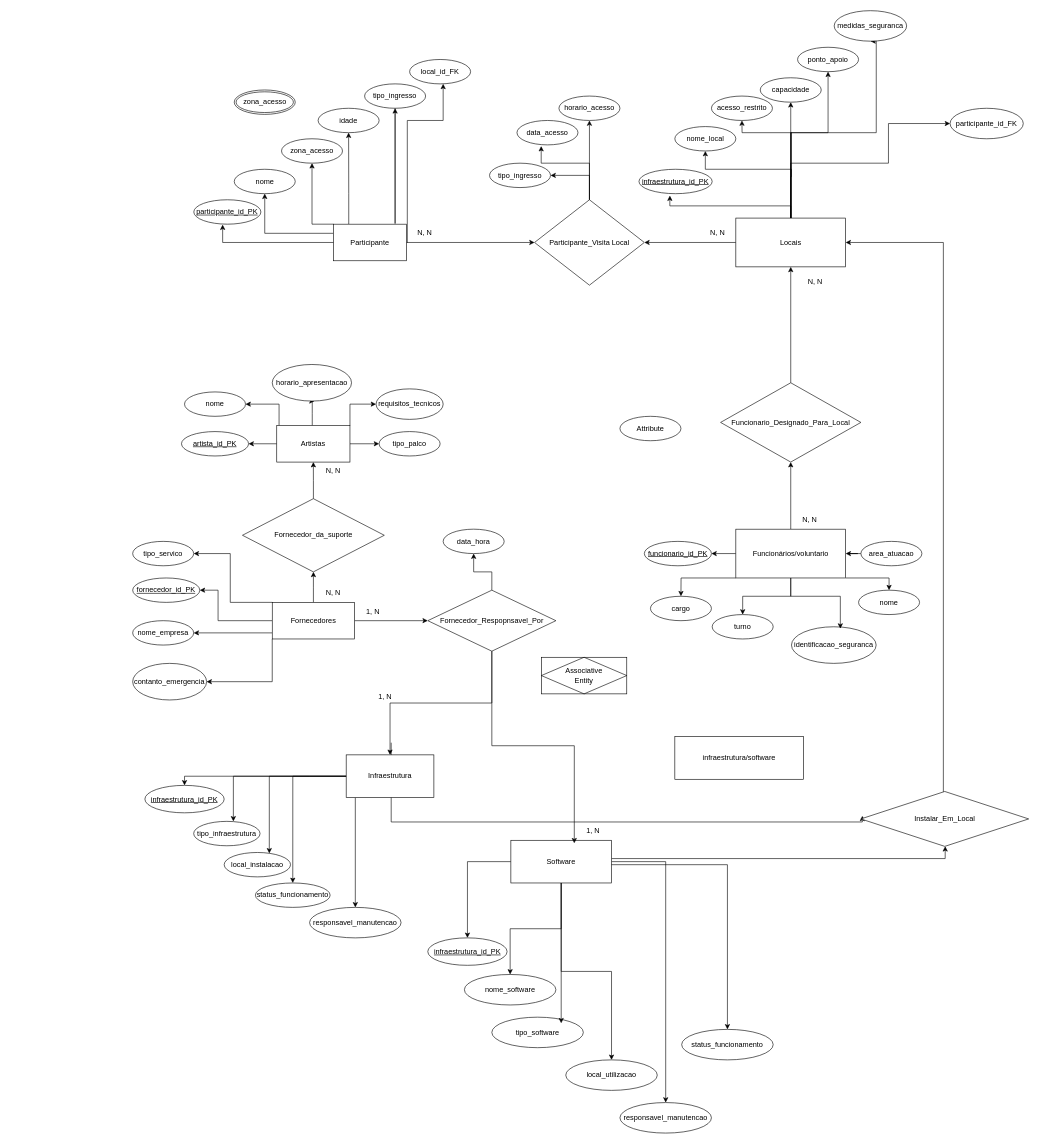
This is Diagrama sem nome.drawio from fabiobrasileiroo/rockInRio-ERD, a draw.io file, before an edit. Source tidied: cells renumbered, new cells numbered last; positions are measured from the earlier drawing's top-left corner, leaving out a move shared by most shapes. Both pictures are drawn from the tidied source at 61%, with x=0, y=0 at pixel (132, 10).
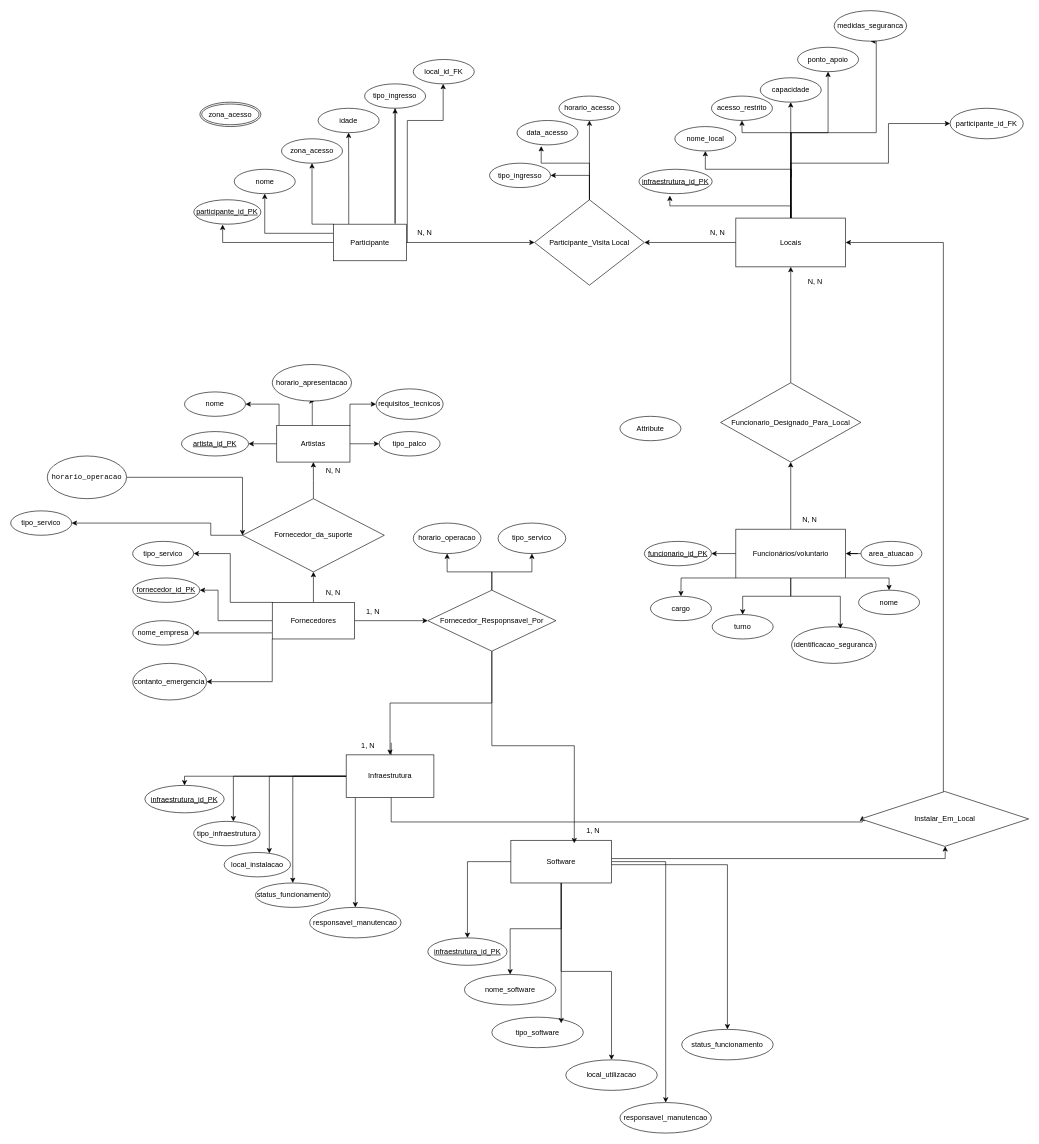
The same diagram, later.

Unchanged cells that the change refers to:
```xml
<mxCell id="7" value="Participante" style="rounded=0;whiteSpace=wrap;html=1;" parent="1" vertex="1">
  <mxGeometry x="329" y="350" width="120" height="60" as="geometry" />
</mxCell>
<mxCell id="50" value="Fornecedor_Respopnsavel_Por" style="rhombus;whiteSpace=wrap;html=1;rounded=0;" parent="1" vertex="1">
  <mxGeometry x="483.8" y="950" width="210" height="100" as="geometry" />
</mxCell>
<mxCell id="62" value="Fornecedor_da_suporte" style="rhombus;whiteSpace=wrap;html=1;rounded=0;" parent="1" vertex="1">
  <mxGeometry x="180" y="800" width="232.5" height="120" as="geometry" />
</mxCell>
<mxCell id="71" value="tipo_ingresso" style="ellipse;whiteSpace=wrap;html=1;align=center;" parent="1" vertex="1">
  <mxGeometry x="380.2" y="120" width="100" height="40" as="geometry" />
</mxCell>
```

Change to the diagram source:
```diff
@@
-    <mxCell id="6" style="edgeStyle=orthogonalEdgeStyle;rounded=0;jettySize=auto;html=1;entryX=0.5;entryY=1;entryDx=0;entryDy=0;" parent="1" edge="1" source="7">
-      <mxGeometry relative="1" as="geometry">
-        <mxPoint x="509" y="120" as="targetPoint" />
-        <Array as="points">
-          <mxPoint x="450.2" y="380" />
-          <mxPoint x="450.2" y="180" />
-          <mxPoint x="509.2" y="180" />
-        </Array>
-      </mxGeometry>
-    </mxCell>
+    <mxCell id="125" style="edgeStyle=orthogonalEdgeStyle;rounded=0;jettySize=auto;html=1;entryX=0.5;entryY=1;entryDx=0;entryDy=0;" parent="1" edge="1" source="7">
+      <mxGeometry relative="1" as="geometry">
+        <mxPoint x="509" y="120" as="targetPoint" />
+        <Array as="points">
+          <mxPoint x="450.2" y="380" />
+          <mxPoint x="450.2" y="180" />
+          <mxPoint x="509.2" y="180" />
+        </Array>
+      </mxGeometry>
+    </mxCell>
@@
-    <mxCell id="8" style="edgeStyle=orthogonalEdgeStyle;rounded=0;orthogonalLoop=1;jettySize=auto;html=1;" parent="1" edge="1">
-      <mxGeometry relative="1" as="geometry">
-        <mxPoint x="423.8" y="1200" as="sourcePoint" />
-        <mxPoint x="1196.2" y="1320" as="targetPoint" />
-        <Array as="points">
-          <mxPoint x="423.8" y="1330" />
-          <mxPoint x="1196.8" y="1330" />
-        </Array>
-      </mxGeometry>
-    </mxCell>
+    <mxCell id="126" style="edgeStyle=orthogonalEdgeStyle;rounded=0;orthogonalLoop=1;jettySize=auto;html=1;" parent="1" edge="1">
+      <mxGeometry relative="1" as="geometry">
+        <mxPoint x="423.8" y="1200" as="sourcePoint" />
+        <mxPoint x="1196.2" y="1320" as="targetPoint" />
+        <Array as="points">
+          <mxPoint x="423.8" y="1330" />
+          <mxPoint x="1196.8" y="1330" />
+        </Array>
+      </mxGeometry>
+    </mxCell>
@@
-    <mxCell id="37" style="edgeStyle=orthogonalEdgeStyle;rounded=0;orthogonalLoop=1;jettySize=auto;html=1;" parent="1" edge="1">
-      <mxGeometry relative="1" as="geometry">
-        <mxPoint x="294.4" y="680.1" as="sourcePoint" />
-        <mxPoint x="298.1" y="640" as="targetPoint" />
-        <Array as="points">
-          <mxPoint x="294.4" y="660" />
-          <mxPoint x="294.4" y="660" />
-          <mxPoint x="294.4" y="640" />
-        </Array>
-      </mxGeometry>
-    </mxCell>
+    <mxCell id="127" style="edgeStyle=orthogonalEdgeStyle;rounded=0;orthogonalLoop=1;jettySize=auto;html=1;" parent="1" edge="1">
+      <mxGeometry relative="1" as="geometry">
+        <mxPoint x="294.4" y="680.1" as="sourcePoint" />
+        <mxPoint x="298.1" y="640" as="targetPoint" />
+        <Array as="points">
+          <mxPoint x="294.4" y="660" />
+          <mxPoint x="294.4" y="660" />
+          <mxPoint x="294.4" y="640" />
+        </Array>
+      </mxGeometry>
+    </mxCell>
@@
-    <mxCell id="49" style="edgeStyle=orthogonalEdgeStyle;rounded=0;jettySize=auto;html=1;entryX=0.5;entryY=1;entryDx=0;entryDy=0;" parent="1" edge="1" source="50" target="101">
-      <mxGeometry relative="1" as="geometry" />
-    </mxCell>
+    <mxCell id="128" style="edgeStyle=orthogonalEdgeStyle;rounded=0;jettySize=auto;html=1;entryX=0.5;entryY=1;entryDx=0;entryDy=0;" parent="1" edge="1" source="50" target="132">
+      <mxGeometry relative="1" as="geometry" />
+    </mxCell>
+    <mxCell id="129" style="edgeStyle=orthogonalEdgeStyle;rounded=0;jettySize=auto;html=1;entryX=0.5;entryY=1;entryDx=0;entryDy=0;" parent="1" edge="1" source="50" target="133">
+      <mxGeometry relative="1" as="geometry" />
+    </mxCell>
@@
     <mxCell id="58" value="1, N" style="text;html=1;align=center;verticalAlign=middle;whiteSpace=wrap;rounded=0;" parent="1" vertex="1">
-      <mxGeometry x="383.8" y="1110" width="60" height="30" as="geometry" />
+      <mxGeometry x="356.2" y="1190" width="60" height="30" as="geometry" />
     </mxCell>
@@
+    <mxCell id="130" style="edgeStyle=orthogonalEdgeStyle;rounded=0;jettySize=auto;html=1;entryX=1;entryY=0.5;entryDx=0;entryDy=0;" parent="1" edge="1" source="62" target="134">
+      <mxGeometry relative="1" as="geometry">
+        <Array as="points">
+          <mxPoint x="128" y="860" />
+          <mxPoint x="128" y="840" />
+          <mxPoint x="-30" y="840" />
+        </Array>
+      </mxGeometry>
+    </mxCell>
@@
-    <mxCell id="73" style="edgeStyle=orthogonalEdgeStyle;rounded=0;jettySize=auto;html=1;" parent="1" edge="1" source="71">
-      <mxGeometry relative="1" as="geometry">
-        <mxPoint x="430.2" y="160" as="targetPoint" />
-        <Array as="points">
-          <mxPoint x="430.2" y="349" />
-        </Array>
-      </mxGeometry>
-    </mxCell>
+    <mxCell id="131" style="edgeStyle=orthogonalEdgeStyle;rounded=0;jettySize=auto;html=1;" parent="1" edge="1" source="71">
+      <mxGeometry relative="1" as="geometry">
+        <mxPoint x="430.2" y="160" as="targetPoint" />
+        <Array as="points">
+          <mxPoint x="430.2" y="349" />
+        </Array>
+      </mxGeometry>
+    </mxCell>
@@
-    <mxCell id="101" value="data_hora" style="ellipse;whiteSpace=wrap;html=1;align=center;" parent="1" vertex="1">
-      <mxGeometry x="509" y="850" width="100" height="40" as="geometry" />
-    </mxCell>
+    <mxCell id="132" value="horario_operacao" style="ellipse;whiteSpace=wrap;html=1;align=center;" parent="1" vertex="1">
+      <mxGeometry x="460" y="840" width="111" height="50" as="geometry" />
+    </mxCell>
@@
     <mxCell id="116" value="local_id_FK" style="ellipse;whiteSpace=wrap;html=1;align=center;" parent="1" vertex="1">
-      <mxGeometry x="454" y="80" width="100" height="40" as="geometry" />
+      <mxGeometry x="460" y="80" width="100" height="40" as="geometry" />
     </mxCell>
@@
     <mxCell id="122" value="zona_acesso" style="ellipse;shape=doubleEllipse;margin=3;whiteSpace=wrap;html=1;align=center;" parent="1" vertex="1">
-      <mxGeometry x="166.5" y="130" width="100" height="40" as="geometry" />
+      <mxGeometry x="110.2" y="150" width="100" height="40" as="geometry" />
     </mxCell>
-    <mxCell id="123" value="Associative&#10;Entity" style="shape=associativeEntity;whiteSpace=wrap;html=1;align=center;" parent="1" vertex="1">
-      <mxGeometry x="670" y="1060" width="140" height="60" as="geometry" />
-    </mxCell>
-    <mxCell id="124" value="infraestrutura/software" style="whiteSpace=wrap;html=1;align=center;" parent="1" vertex="1">
-      <mxGeometry x="888.8" y="1190" width="211.2" height="70" as="geometry" />
-    </mxCell>
+    <mxCell id="133" value="tipo_servico" style="ellipse;whiteSpace=wrap;html=1;align=center;" parent="1" vertex="1">
+      <mxGeometry x="599" y="840" width="111" height="50" as="geometry" />
+    </mxCell>
+    <mxCell id="134" value="tipo_servico" style="ellipse;whiteSpace=wrap;html=1;align=center;" parent="1" vertex="1">
+      <mxGeometry x="-200" y="820" width="100" height="40" as="geometry" />
+    </mxCell>
+    <mxCell id="135" style="edgeStyle=orthogonalEdgeStyle;rounded=0;jettySize=auto;html=1;entryX=0;entryY=0.5;entryDx=0;entryDy=0;" parent="1" edge="1" source="136" target="62">
+      <mxGeometry relative="1" as="geometry">
+        <Array as="points">
+          <mxPoint x="180" y="765" />
+        </Array>
+      </mxGeometry>
+    </mxCell>
+    <mxCell id="136" value="&lt;code&gt;horario_operacao&lt;/code&gt;" style="ellipse;whiteSpace=wrap;html=1;align=center;" parent="1" vertex="1">
+      <mxGeometry x="-140" y="730" width="130" height="70" as="geometry" />
+    </mxCell>
```
